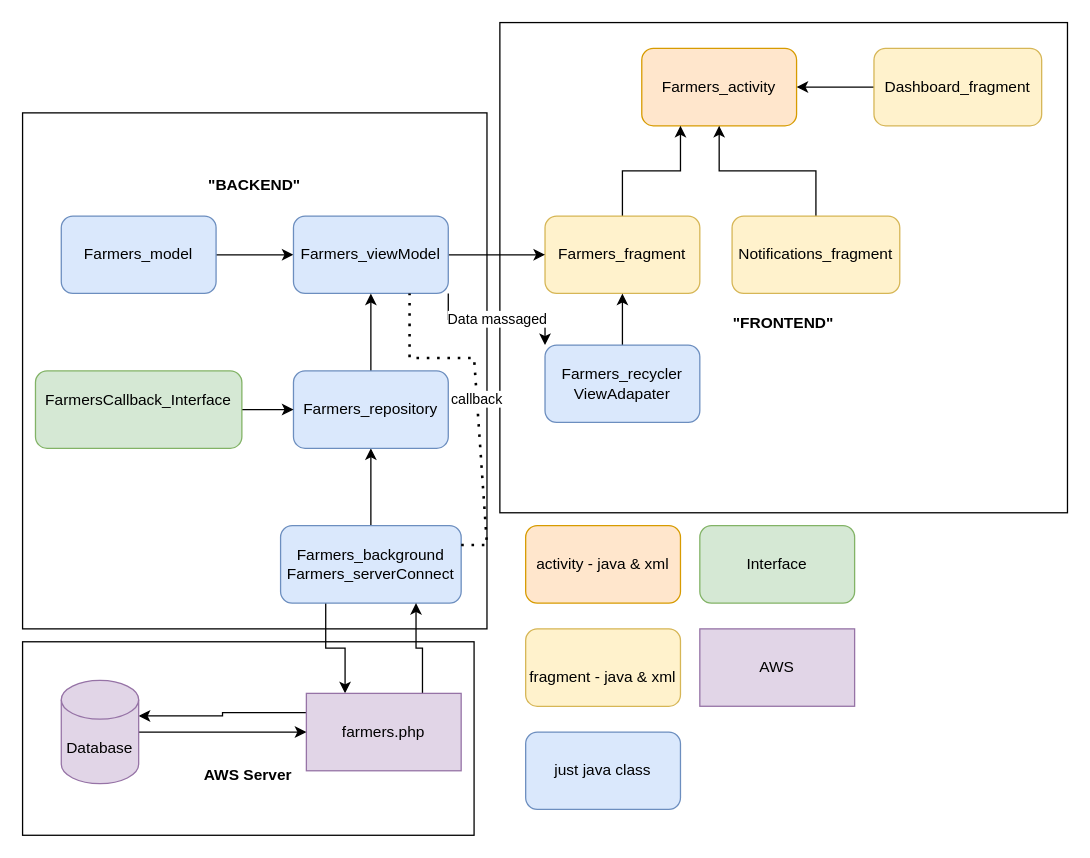
BenBladow/rw_android_uml keeps this draw.io diagram as Untitled Diagram.drawio. Above is the earlier version. Source tidied: cells renumbered, new cells numbered last; positions are measured from the earlier drawing's top-left corner, leaving out a move shared by most shapes. Both pictures are drawn from the tidied source at 129%, with x=0, y=0 at pixel (22, 22).
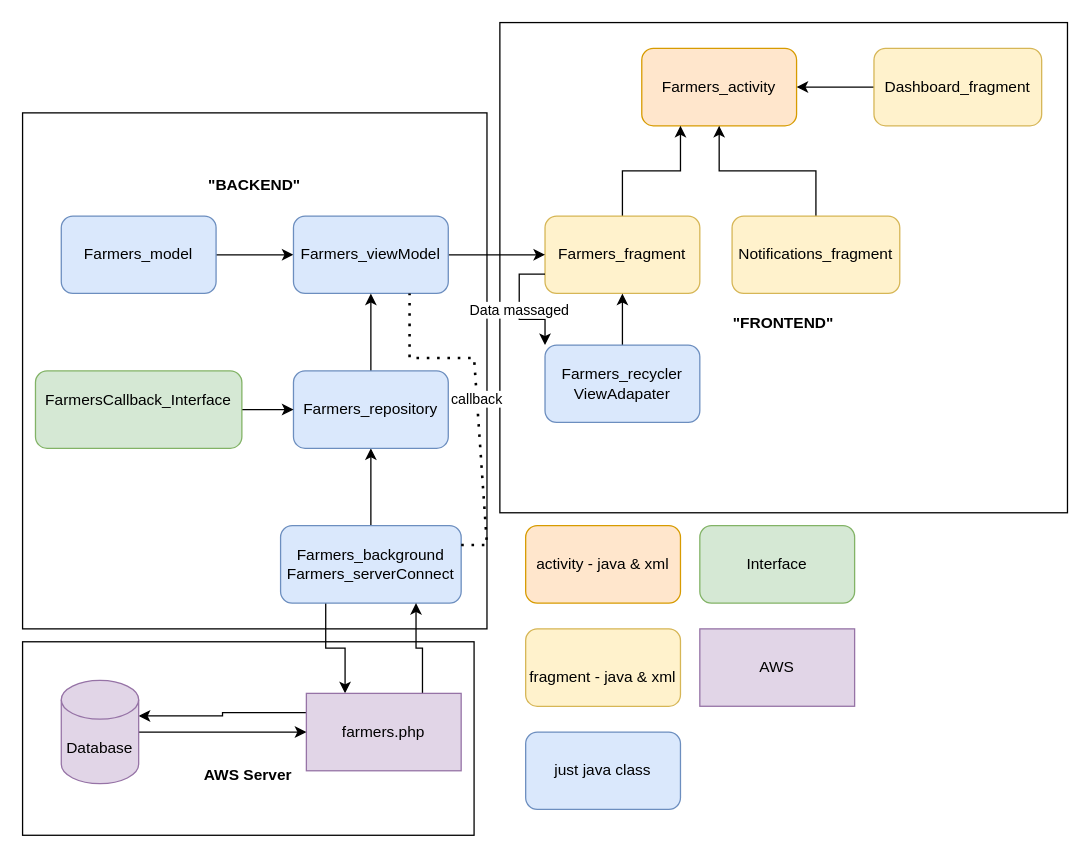
The same page after the edit.

The change refers to these unchanged cells:
```xml
<mxCell id="9" value="Farmers_fragment" style="rounded=1;whiteSpace=wrap;html=1;fillColor=#fff2cc;strokeColor=#d6b656;" parent="1" vertex="1">
  <mxGeometry x="405" y="150" width="120" height="60" as="geometry" />
</mxCell>
<mxCell id="12" value="Farmers_viewModel" style="rounded=1;whiteSpace=wrap;html=1;fillColor=#dae8fc;strokeColor=#6c8ebf;" parent="1" vertex="1">
  <mxGeometry x="210" y="150" width="120" height="60" as="geometry" />
</mxCell>
<mxCell id="16" value="Farmers_recycler&lt;br&gt;ViewAdapater" style="rounded=1;whiteSpace=wrap;html=1;fillColor=#dae8fc;strokeColor=#6c8ebf;" parent="1" vertex="1">
  <mxGeometry x="405" y="250" width="120" height="60" as="geometry" />
</mxCell>
```

Change to the diagram source:
```diff
@@
-    <mxCell id="11" value="Data massaged" style="edgeStyle=orthogonalEdgeStyle;rounded=0;jettySize=auto;html=1;exitX=1;exitY=1;exitDx=0;exitDy=0;entryX=0;entryY=0;entryDx=0;entryDy=0;" parent="1" edge="1" source="12" target="16">
+    <mxCell id="11" value="Data massaged" style="edgeStyle=orthogonalEdgeStyle;rounded=0;jettySize=auto;html=1;exitX=0;exitY=0.75;exitDx=0;exitDy=0;entryX=0;entryY=0;entryDx=0;entryDy=0;" parent="1" edge="1" source="9" target="16">
       <mxGeometry relative="1" as="geometry" />
     </mxCell>
```
